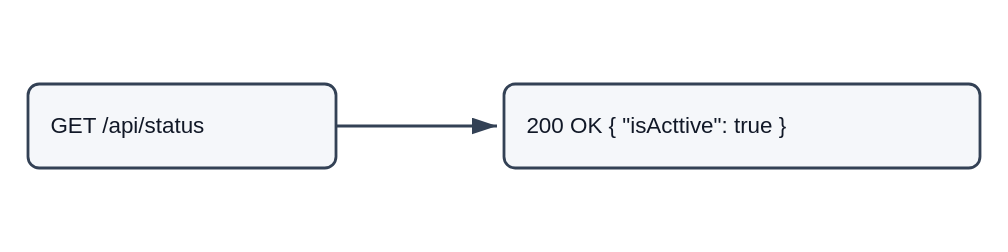
The PlantUML diagram app/src/LibraryService.Api/ApiDocs/Status/Diagrams/GetStatus/Algorithm.svg in markul/demo-library-service, before a commit. Its source is kept beside it as app/src/LibraryService.Api/ApiDocs/Status/Diagrams/GetStatus/Algorithm.puml.
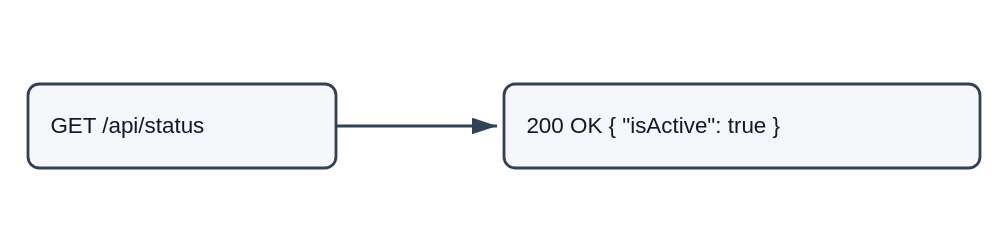
After the change.

Commit message:
IsActive  in status response should be true when there are active subscriptions

The edit, as a diff of the source:
```diff
@@ -2,7 +2,7 @@
 start
 :Receive GET /api/status;
 :Create GetStatusResponseDto;
-:Set IsActtive = true;
+:Set IsActive = true;
 :Return 200 OK;
 stop
 @enduml
```
